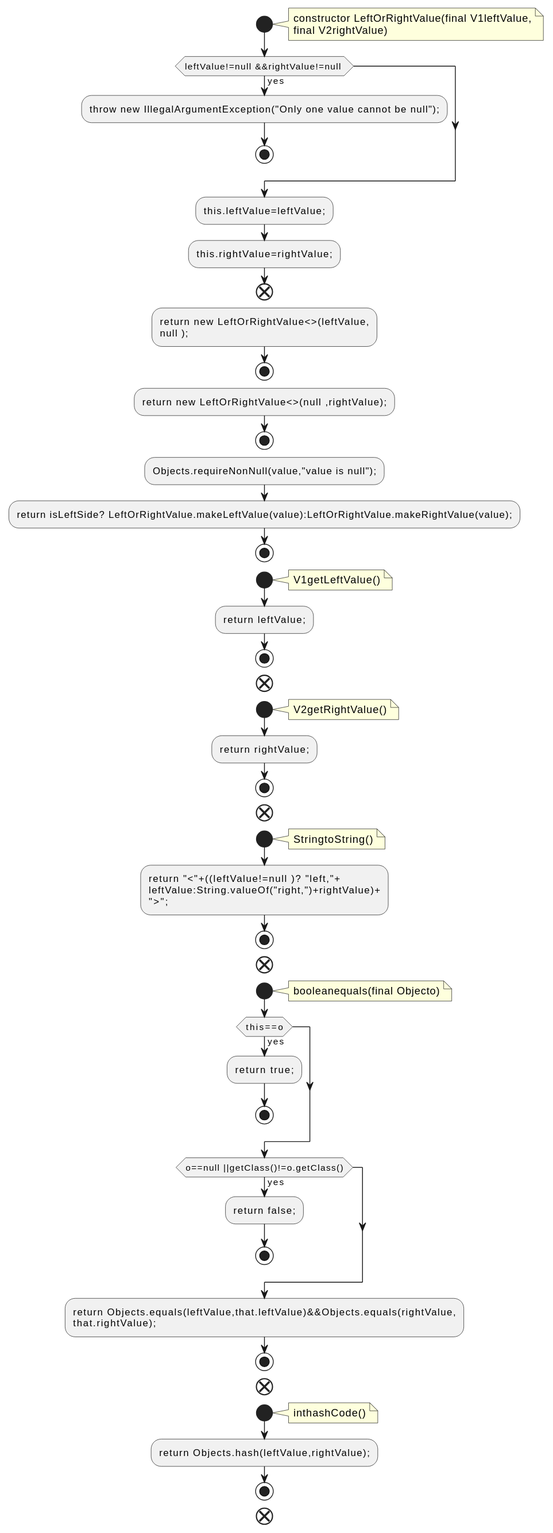
The PlantUML diagram docs/qc/streams/src/main/java/org/apache/kafka/streams/state/internals/LeftOrRightValue.java.fct.svg in qualitesys/kafka, before a commit.
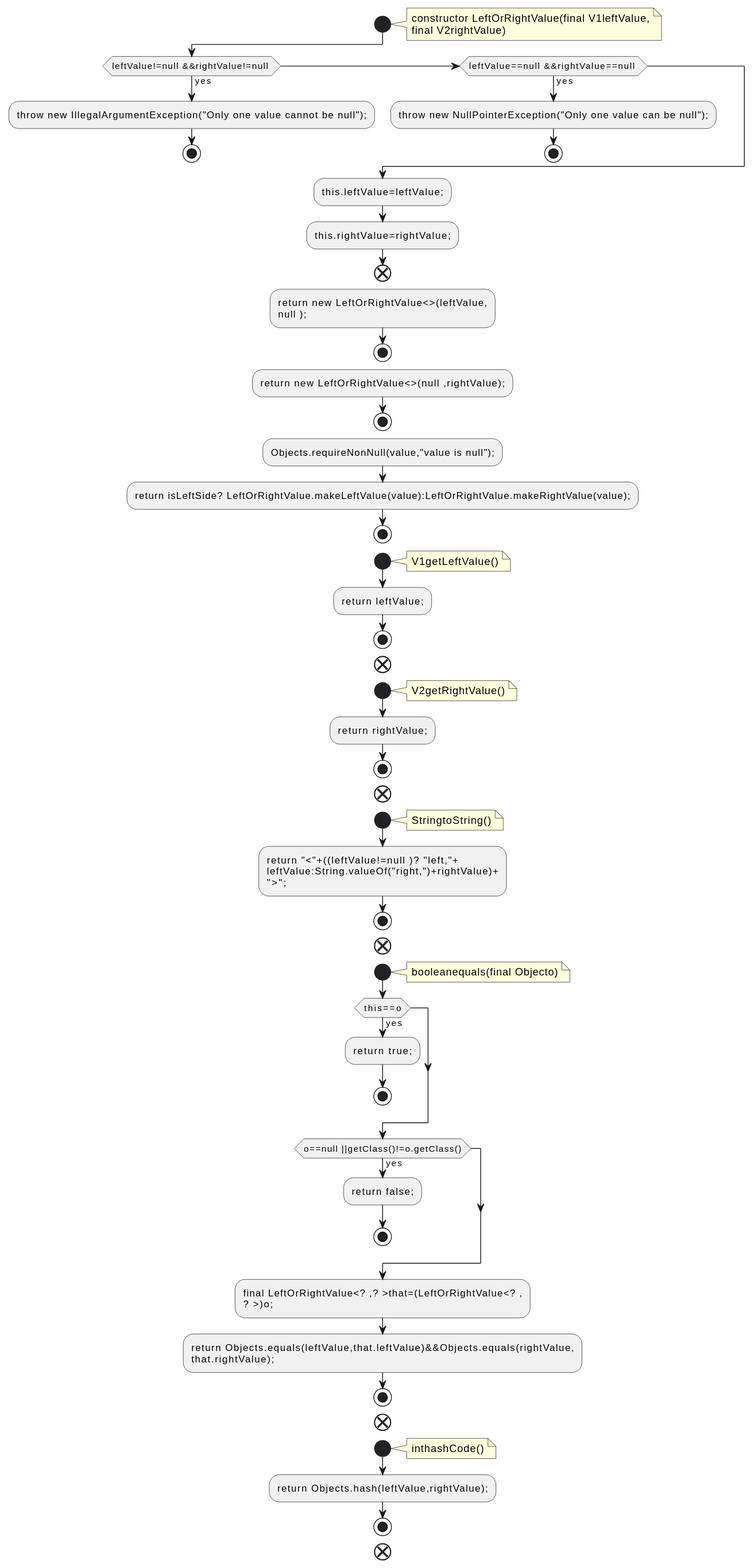
The same file after the commit.

Diff of the diagram source:
```diff
@@ -7,6 +7,9 @@
 end note
 if (leftValue!=null &&rightValue!=null ) then (yes)
 :throw new IllegalArgumentException("Only one value cannot be null");;
+stop
+else if (leftValue==null &&rightValue==null ) then (yes)
+:throw new NullPointerException("Only one value can be null");;
 stop
 endif
 :this.leftValue=leftValue;;
@@ -55,6 +58,8 @@
 :return false;;
 stop
 endif
+:final LeftOrRightValue<? ,? >that=(LeftOrRightValue<? ,
+? >)o;;
 :return Objects.equals(leftValue,that.leftValue)&&Objects.equals(rightValue,
 that.rightValue);;
 stop
```
